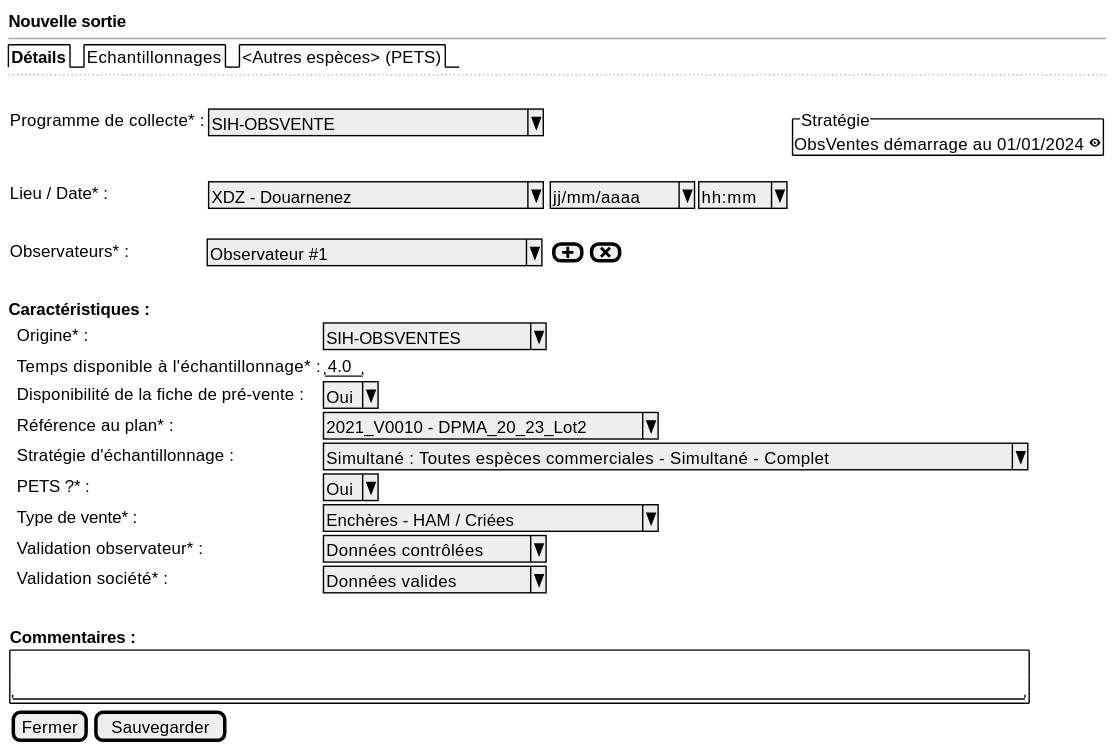
Before: projects/obsvente/spe/images/observed-location-new.svg, a diagram exported from PlantUML (sumaris-net/sumaris-doc).
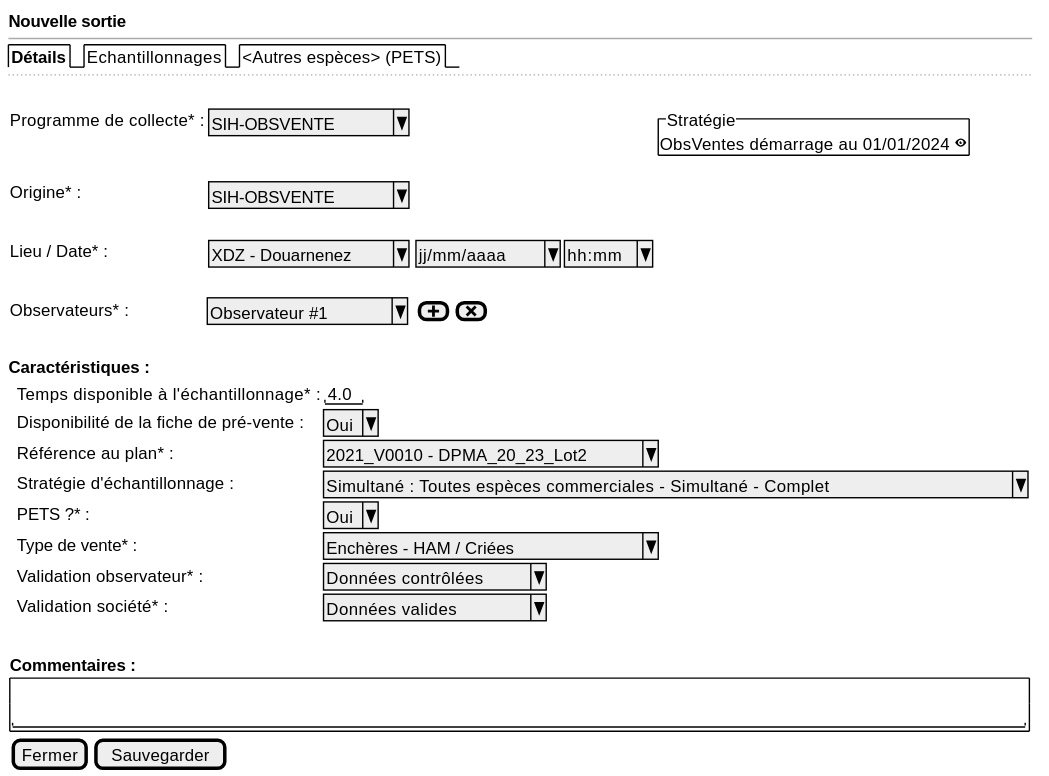
Later version of the same file.

Commit message:
MAJ suite au daily du 20/03 sur l'origine des données

What changed in the source:
```diff
@@ -7,11 +7,13 @@
   .
   {
 
-      Programme de collecte* :    | { ^SIH-OBSVENTE                ^ } | * | {^"Stratégie"
+      Programme de collecte* :    | { ^SIH-OBSVENTE    ^ } | * | {^"Stratégie"
                                                                                               ObsVentes démarrage au 01/01/2024 <&eye> }
-      Lieu / Date* :     | { ^XDZ - Douarnenez            ^ } | { ^ jj/mm/aaaa^  |  ^ hh:mm^ }
+      Origine* :    | { ^SIH-OBSVENTE    ^ }
       .
-      Observateurs* :            | ^ Observateur #1             ^ | { [<&plus>] | [<&x>] }
+      Lieu / Date* :     | { ^XDZ - Douarnenez^ } | { ^ jj/mm/aaaa^  |  ^ hh:mm^ }
+      .
+      Observateurs* :            | ^ Observateur #1 ^ | { [<&plus>] | [<&x>] }
       .
 
 
@@ -20,7 +22,6 @@
   <b>Caractéristiques :
 
   {
-      . | Origine* : | ^SIH-OBSVENTES     ^
       . | Temps disponible à l'échantillonnage* :| "4.0"
       . | Disponibilité de la fiche de pré-vente :| ^Oui^
       . | Référence au plan* : | ^2021_V0010 - DPMA_20_23_Lot2^
```
